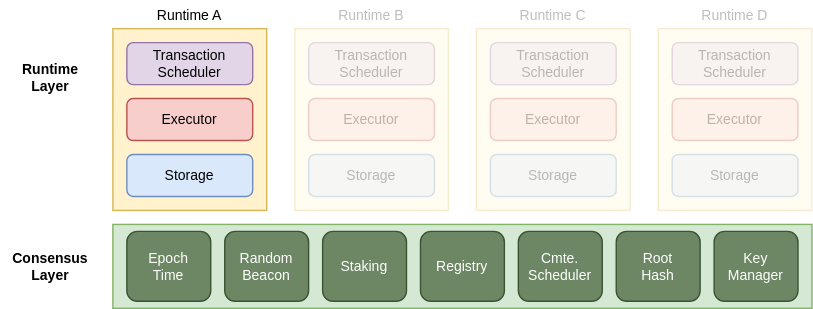
This is docs/images/oasis-core-high-level.svg from oasisprotocol/oasis-core, a draw.io export, as it was before one commit. Source tidied: cells renumbered, new cells last; positions are measured from the earlier drawing's top-left corner, leaving out a move shared by most shapes.
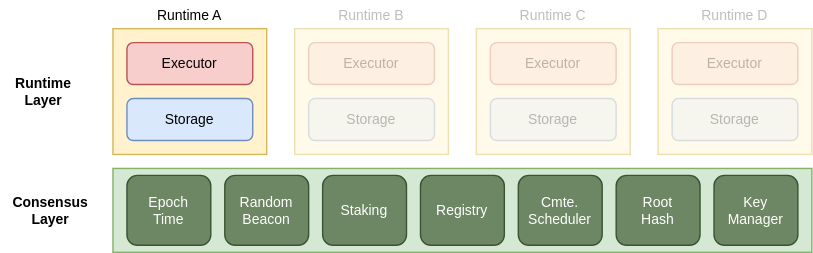
After the change.

Commit message:
docs/runtime: Remove separate transaction scheduler committee

Change to the diagram source:
```diff
@@ -30,79 +30,88 @@
       <mxGeometry y="175" width="70" height="30" as="geometry" />
     </mxCell>
     <mxCell id="11" value="Runtime&lt;br&gt;Layer" style="text;html=1;align=center;verticalAlign=middle;fontSize=10;fontStyle=1;" parent="1" vertex="1">
-      <mxGeometry x="5" y="40" width="60" height="30" as="geometry" />
+      <mxGeometry y="90" width="60" height="30" as="geometry" />
     </mxCell>
-    <mxCell id="12" style="group;" parent="1" vertex="1">
-      <mxGeometry x="80" width="110" height="150" as="geometry" />
-    </mxCell>
+    <mxCell id="36" style="group;opacity=25;textOpacity=25;" parent="1" vertex="1">
+      <mxGeometry x="340" y="40" width="110" height="110" as="geometry" />
+    </mxCell>
+    <mxCell id="37" style="group;" parent="36" vertex="1">
+      <mxGeometry width="110" height="110" as="geometry" />
+    </mxCell>
+    <mxCell id="17" value="Runtime C" style="text;html=1;strokeColor=none;fillColor=none;align=center;verticalAlign=middle;whiteSpace=wrap;rounded=0;fontSize=10;opacity=25;textOpacity=25;" parent="37" vertex="1">
+      <mxGeometry x="30" width="50" height="20" as="geometry" />
+    </mxCell>
+    <mxCell id="38" style="rounded=0;whiteSpace=wrap;html=1;fontSize=10;fillColor=#fff2cc;strokeColor=#d6b656;opacity=25;textOpacity=25;" parent="37" vertex="1">
+      <mxGeometry y="20" width="110" height="90" as="geometry" />
+    </mxCell>
-    <mxCell id="13" style="rounded=0;whiteSpace=wrap;html=1;fontSize=10;fillColor=#fff2cc;strokeColor=#d6b656;" parent="12" vertex="1">
-      <mxGeometry y="20" width="110" height="130" as="geometry" />
+    <mxCell id="13" style="rounded=0;whiteSpace=wrap;html=1;fontSize=10;fillColor=#fff2cc;strokeColor=#d6b656;opacity=25;textOpacity=25;" parent="38" vertex="1">
+      <mxGeometry width="110" height="90" as="geometry" />
     </mxCell>
-    <mxCell id="14" value="Transaction&lt;br&gt;Scheduler" style="rounded=1;whiteSpace=wrap;html=1;fontSize=10;fillColor=#e1d5e7;strokeColor=#9673a6;" parent="12" vertex="1">
-      <mxGeometry x="10" y="30" width="90" height="30" as="geometry" />
-    </mxCell>
-    <mxCell id="15" value="Executor" style="rounded=1;whiteSpace=wrap;html=1;fontSize=10;fillColor=#f8cecc;strokeColor=#b85450;" parent="12" vertex="1">
-      <mxGeometry x="10" y="70" width="90" height="30" as="geometry" />
+    <mxCell id="15" value="Executor" style="rounded=1;whiteSpace=wrap;html=1;fontSize=10;fillColor=#f8cecc;strokeColor=#b85450;opacity=25;textOpacity=25;" parent="38" vertex="1">
+      <mxGeometry x="10" y="10" width="90" height="30" as="geometry" />
     </mxCell>
-    <mxCell id="16" value="Storage" style="rounded=1;whiteSpace=wrap;html=1;fontSize=10;fillColor=#dae8fc;strokeColor=#6c8ebf;" parent="12" vertex="1">
-      <mxGeometry x="10" y="110" width="90" height="30" as="geometry" />
+    <mxCell id="16" value="Storage" style="rounded=1;whiteSpace=wrap;html=1;fontSize=10;fillColor=#dae8fc;strokeColor=#6c8ebf;opacity=25;textOpacity=25;" parent="38" vertex="1">
+      <mxGeometry x="10" y="50" width="90" height="30" as="geometry" />
     </mxCell>
-    <mxCell id="17" value="Runtime A" style="text;html=1;strokeColor=none;fillColor=none;align=center;verticalAlign=middle;whiteSpace=wrap;rounded=0;fontSize=10;" parent="12" vertex="1">
-      <mxGeometry x="30" width="50" height="20" as="geometry" />
-    </mxCell>
-    <mxCell id="18" style="group;opacity=25;textOpacity=25;" parent="1" vertex="1">
-      <mxGeometry x="210" width="110" height="150" as="geometry" />
-    </mxCell>
-    <mxCell id="19" style="rounded=0;whiteSpace=wrap;html=1;fontSize=10;fillColor=#fff2cc;strokeColor=#d6b656;opacity=25;textOpacity=25;" parent="18" vertex="1">
-      <mxGeometry y="20" width="110" height="130" as="geometry" />
-    </mxCell>
-    <mxCell id="20" value="Transaction&lt;br&gt;Scheduler" style="rounded=1;whiteSpace=wrap;html=1;fontSize=10;fillColor=#e1d5e7;strokeColor=#9673a6;opacity=25;textOpacity=25;" parent="18" vertex="1">
-      <mxGeometry x="10" y="30" width="90" height="30" as="geometry" />
-    </mxCell>
-    <mxCell id="21" value="Executor" style="rounded=1;whiteSpace=wrap;html=1;fontSize=10;fillColor=#f8cecc;strokeColor=#b85450;opacity=25;textOpacity=25;" parent="18" vertex="1">
-      <mxGeometry x="10" y="70" width="90" height="30" as="geometry" />
-    </mxCell>
-    <mxCell id="22" value="Storage" style="rounded=1;whiteSpace=wrap;html=1;fontSize=10;fillColor=#dae8fc;strokeColor=#6c8ebf;opacity=25;textOpacity=25;" parent="18" vertex="1">
-      <mxGeometry x="10" y="110" width="90" height="30" as="geometry" />
-    </mxCell>
+    <mxCell id="39" style="group;" parent="1" vertex="1">
+      <mxGeometry x="80" y="40" width="110" height="110" as="geometry" />
+    </mxCell>
+    <mxCell id="40" style="group;" parent="39" vertex="1">
+      <mxGeometry width="110" height="110" as="geometry" />
+    </mxCell>
+    <mxCell id="41" style="rounded=0;whiteSpace=wrap;html=1;fontSize=10;fillColor=#fff2cc;strokeColor=#d6b656;" parent="40" vertex="1">
+      <mxGeometry y="20" width="110" height="90" as="geometry" />
+    </mxCell>
+    <mxCell id="42" value="Executor" style="rounded=1;whiteSpace=wrap;html=1;fontSize=10;fillColor=#f8cecc;strokeColor=#b85450;" parent="40" vertex="1">
+      <mxGeometry x="10" y="30" width="90" height="30" as="geometry" />
+    </mxCell>
+    <mxCell id="43" value="Storage" style="rounded=1;whiteSpace=wrap;html=1;fontSize=10;fillColor=#dae8fc;strokeColor=#6c8ebf;" parent="40" vertex="1">
+      <mxGeometry x="10" y="70" width="90" height="30" as="geometry" />
+    </mxCell>
+    <mxCell id="44" value="Runtime A" style="text;html=1;strokeColor=none;fillColor=none;align=center;verticalAlign=middle;whiteSpace=wrap;rounded=0;fontSize=10;" parent="40" vertex="1">
+      <mxGeometry x="30" width="50" height="20" as="geometry" />
+    </mxCell>
+    <mxCell id="45" style="group;opacity=25;textOpacity=25;" parent="1" vertex="1">
+      <mxGeometry x="210" y="40" width="110" height="110" as="geometry" />
+    </mxCell>
+    <mxCell id="46" style="group;" parent="45" vertex="1">
+      <mxGeometry width="110" height="110" as="geometry" />
+    </mxCell>
-    <mxCell id="23" value="Runtime B" style="text;html=1;strokeColor=none;fillColor=none;align=center;verticalAlign=middle;whiteSpace=wrap;rounded=0;fontSize=10;opacity=25;textOpacity=25;" parent="18" vertex="1">
+    <mxCell id="23" value="Runtime B" style="text;html=1;strokeColor=none;fillColor=none;align=center;verticalAlign=middle;whiteSpace=wrap;rounded=0;fontSize=10;opacity=25;textOpacity=25;" parent="46" vertex="1">
       <mxGeometry x="30" width="50" height="20" as="geometry" />
     </mxCell>
-    <mxCell id="24" style="group;opacity=25;textOpacity=25;" parent="1" vertex="1">
-      <mxGeometry x="340" width="110" height="150" as="geometry" />
-    </mxCell>
-    <mxCell id="25" style="rounded=0;whiteSpace=wrap;html=1;fontSize=10;fillColor=#fff2cc;strokeColor=#d6b656;opacity=25;textOpacity=25;" parent="24" vertex="1">
-      <mxGeometry y="20" width="110" height="130" as="geometry" />
-    </mxCell>
-    <mxCell id="26" value="Transaction&lt;br&gt;Scheduler" style="rounded=1;whiteSpace=wrap;html=1;fontSize=10;fillColor=#e1d5e7;strokeColor=#9673a6;opacity=25;textOpacity=25;" parent="24" vertex="1">
-      <mxGeometry x="10" y="30" width="90" height="30" as="geometry" />
-    </mxCell>
-    <mxCell id="27" value="Executor" style="rounded=1;whiteSpace=wrap;html=1;fontSize=10;fillColor=#f8cecc;strokeColor=#b85450;opacity=25;textOpacity=25;" parent="24" vertex="1">
-      <mxGeometry x="10" y="70" width="90" height="30" as="geometry" />
-    </mxCell>
-    <mxCell id="28" value="Storage" style="rounded=1;whiteSpace=wrap;html=1;fontSize=10;fillColor=#dae8fc;strokeColor=#6c8ebf;opacity=25;textOpacity=25;" parent="24" vertex="1">
-      <mxGeometry x="10" y="110" width="90" height="30" as="geometry" />
-    </mxCell>
-    <mxCell id="29" value="Runtime C" style="text;html=1;strokeColor=none;fillColor=none;align=center;verticalAlign=middle;whiteSpace=wrap;rounded=0;fontSize=10;opacity=25;textOpacity=25;" parent="24" vertex="1">
-      <mxGeometry x="30" width="50" height="20" as="geometry" />
-    </mxCell>
-    <mxCell id="30" style="group;opacity=25;textOpacity=25;" parent="1" vertex="1">
-      <mxGeometry x="470" width="110" height="150" as="geometry" />
-    </mxCell>
-    <mxCell id="31" style="rounded=0;whiteSpace=wrap;html=1;fontSize=10;fillColor=#fff2cc;strokeColor=#d6b656;opacity=25;textOpacity=25;" parent="30" vertex="1">
-      <mxGeometry y="20" width="110" height="130" as="geometry" />
-    </mxCell>
-    <mxCell id="32" value="Transaction&lt;br&gt;Scheduler" style="rounded=1;whiteSpace=wrap;html=1;fontSize=10;fillColor=#e1d5e7;strokeColor=#9673a6;opacity=25;textOpacity=25;" parent="30" vertex="1">
-      <mxGeometry x="10" y="30" width="90" height="30" as="geometry" />
-    </mxCell>
-    <mxCell id="33" value="Executor" style="rounded=1;whiteSpace=wrap;html=1;fontSize=10;fillColor=#f8cecc;strokeColor=#b85450;opacity=25;textOpacity=25;" parent="30" vertex="1">
-      <mxGeometry x="10" y="70" width="90" height="30" as="geometry" />
-    </mxCell>
-    <mxCell id="34" value="Storage" style="rounded=1;whiteSpace=wrap;html=1;fontSize=10;fillColor=#dae8fc;strokeColor=#6c8ebf;opacity=25;textOpacity=25;" parent="30" vertex="1">
-      <mxGeometry x="10" y="110" width="90" height="30" as="geometry" />
-    </mxCell>
+    <mxCell id="47" style="rounded=0;whiteSpace=wrap;html=1;fontSize=10;fillColor=#fff2cc;strokeColor=#d6b656;opacity=25;textOpacity=25;" parent="46" vertex="1">
+      <mxGeometry y="20" width="110" height="90" as="geometry" />
+    </mxCell>
+    <mxCell id="48" style="rounded=0;whiteSpace=wrap;html=1;fontSize=10;fillColor=#fff2cc;strokeColor=#d6b656;opacity=25;textOpacity=25;" parent="47" vertex="1">
+      <mxGeometry width="110" height="90" as="geometry" />
+    </mxCell>
+    <mxCell id="49" value="Executor" style="rounded=1;whiteSpace=wrap;html=1;fontSize=10;fillColor=#f8cecc;strokeColor=#b85450;opacity=25;textOpacity=25;" parent="47" vertex="1">
+      <mxGeometry x="10" y="10" width="90" height="30" as="geometry" />
+    </mxCell>
+    <mxCell id="50" value="Storage" style="rounded=1;whiteSpace=wrap;html=1;fontSize=10;fillColor=#dae8fc;strokeColor=#6c8ebf;opacity=25;textOpacity=25;" parent="47" vertex="1">
+      <mxGeometry x="10" y="50" width="90" height="30" as="geometry" />
+    </mxCell>
+    <mxCell id="51" style="group;opacity=25;textOpacity=25;" parent="1" vertex="1">
+      <mxGeometry x="470" y="40" width="110" height="110" as="geometry" />
+    </mxCell>
+    <mxCell id="52" style="group;" parent="51" vertex="1">
+      <mxGeometry width="110" height="110" as="geometry" />
+    </mxCell>
-    <mxCell id="35" value="Runtime D" style="text;html=1;strokeColor=none;fillColor=none;align=center;verticalAlign=middle;whiteSpace=wrap;rounded=0;fontSize=10;opacity=25;textOpacity=25;" parent="30" vertex="1">
+    <mxCell id="35" value="Runtime D" style="text;html=1;strokeColor=none;fillColor=none;align=center;verticalAlign=middle;whiteSpace=wrap;rounded=0;fontSize=10;opacity=25;textOpacity=25;" parent="52" vertex="1">
       <mxGeometry x="30" width="50" height="20" as="geometry" />
     </mxCell>
+    <mxCell id="53" style="rounded=0;whiteSpace=wrap;html=1;fontSize=10;fillColor=#fff2cc;strokeColor=#d6b656;opacity=25;textOpacity=25;" parent="52" vertex="1">
+      <mxGeometry y="20" width="110" height="90" as="geometry" />
+    </mxCell>
+    <mxCell id="54" style="rounded=0;whiteSpace=wrap;html=1;fontSize=10;fillColor=#fff2cc;strokeColor=#d6b656;opacity=25;textOpacity=25;" parent="53" vertex="1">
+      <mxGeometry width="110" height="90" as="geometry" />
+    </mxCell>
+    <mxCell id="55" value="Executor" style="rounded=1;whiteSpace=wrap;html=1;fontSize=10;fillColor=#f8cecc;strokeColor=#b85450;opacity=25;textOpacity=25;" parent="53" vertex="1">
+      <mxGeometry x="10" y="10" width="90" height="30" as="geometry" />
+    </mxCell>
+    <mxCell id="56" value="Storage" style="rounded=1;whiteSpace=wrap;html=1;fontSize=10;fillColor=#dae8fc;strokeColor=#6c8ebf;opacity=25;textOpacity=25;" parent="53" vertex="1">
+      <mxGeometry x="10" y="50" width="90" height="30" as="geometry" />
+    </mxCell>
   </root>
 </mxGraphModel>
```
